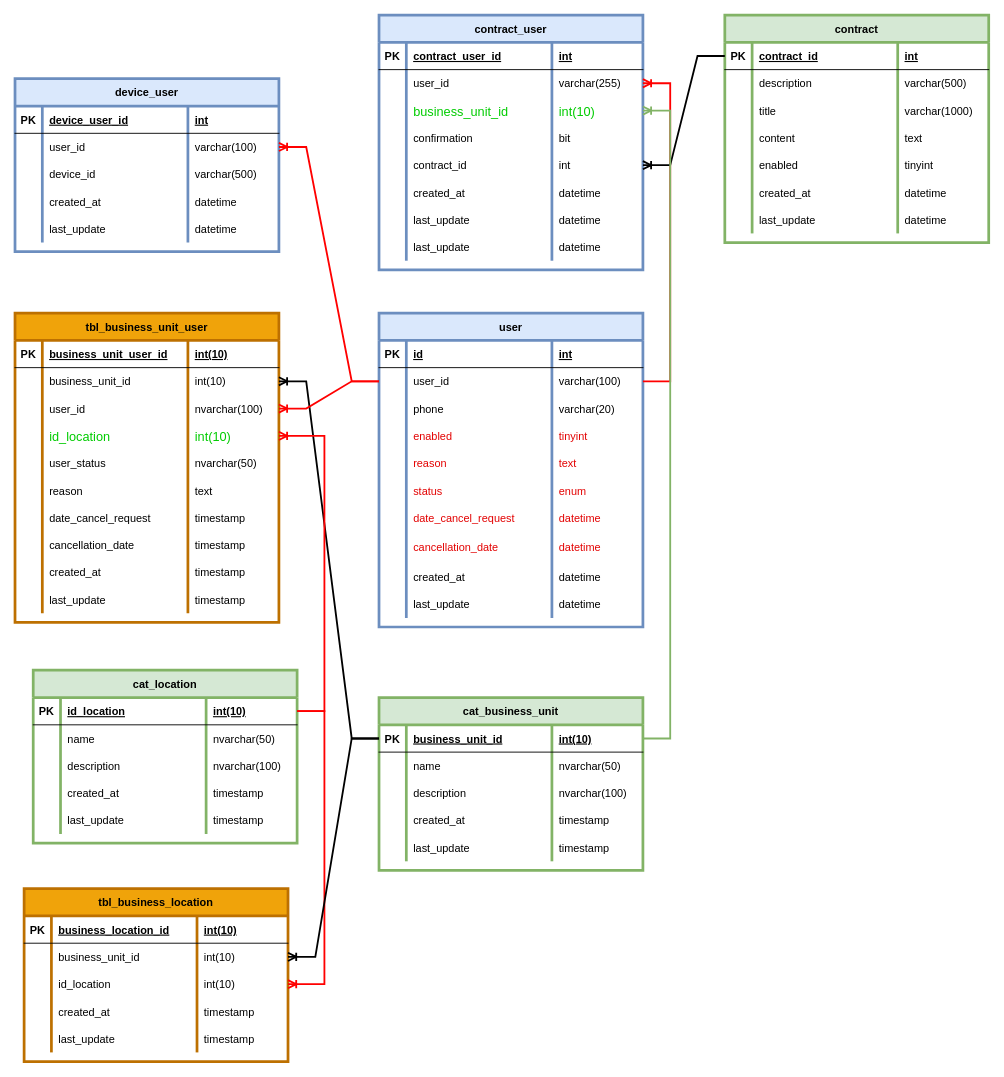
Before: page "Users" (1 of 4) of Data base/E-R Dev.drawio in marcoluisdf/documentacion, a draw.io diagram. Source tidied: cells renumbered, new cells numbered last; positions are measured from the earlier drawing's top-left corner, leaving out a move shared by most shapes. Both pictures are drawn from the tidied source at 91%, with x=0, y=0 at pixel (15, 15).
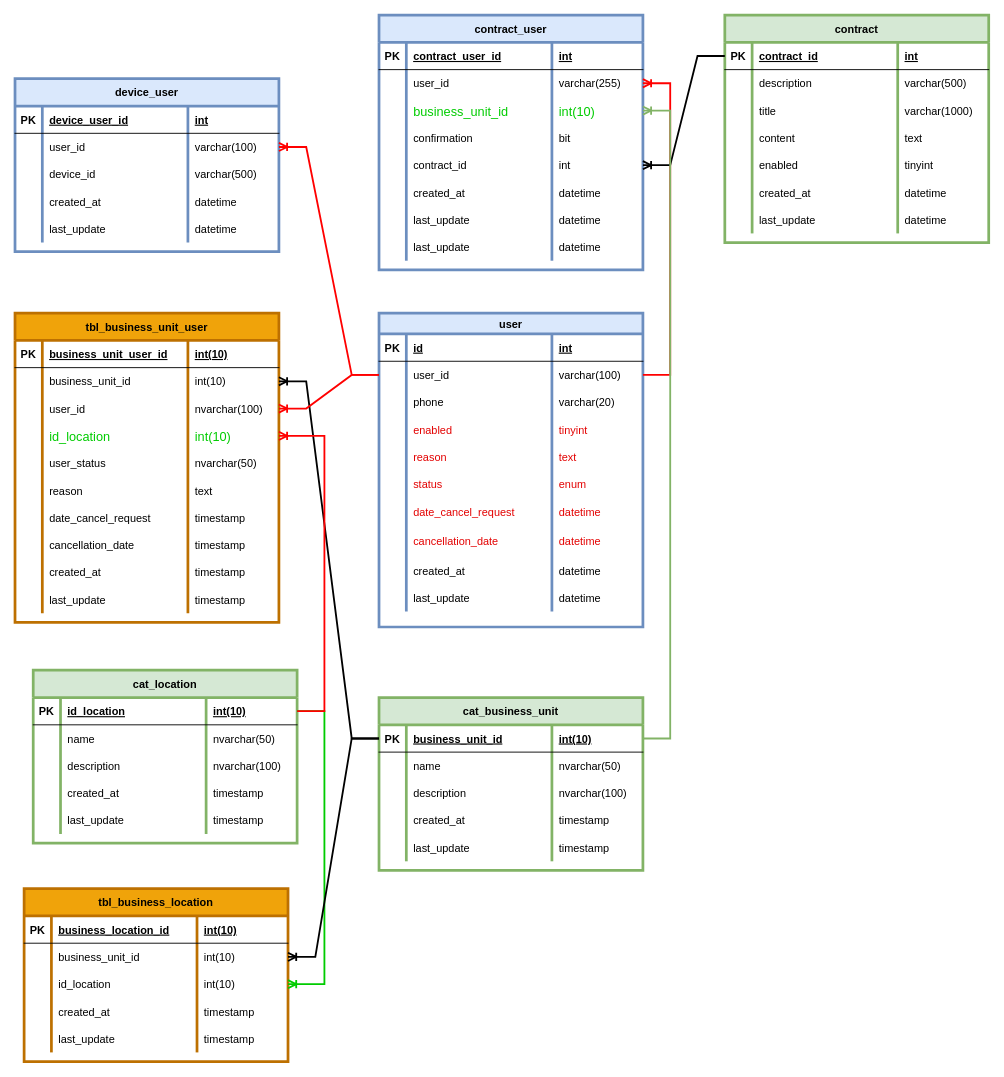
The same diagram, later.

The change refers to these unchanged cells:
```xml
<mxCell id="189" style="shape=partialRectangle;fillColor=none;points=[[0,0.5],[1,0.5]];portConstraint=eastwest;top=0;left=0;right=0;bottom=1;" parent="188" vertex="1">
  <mxGeometry y="30" width="290" height="30" as="geometry" />
</mxCell>
<mxCell id="218" style="shape=partialRectangle;fillColor=none;points=[[0,0.5],[1,0.5]];portConstraint=eastwest;top=0;left=0;right=0;bottom=0;" parent="209" vertex="1">
  <mxGeometry y="90" width="290" height="30" as="geometry" />
</mxCell>
```

Diff of the diagram source:
```diff
@@
-    <mxCell id="2" value="user" style="shape=table;startSize=30;childLayout=tableLayout;rowLines=0;fontStyle=1;align=center;fillColor=#dae8fc;strokeColor=#6c8ebf;strokeWidth=3;" parent="1" vertex="1">
+    <mxCell id="2" value="user" style="shape=table;startSize=23;childLayout=tableLayout;rowLines=0;fontStyle=1;align=center;fillColor=#dae8fc;strokeColor=#6c8ebf;strokeWidth=3;" parent="1" vertex="1">
       <mxGeometry x="400" y="327.5" width="290" height="345" as="geometry" />
     </mxCell>
     <mxCell id="3" style="shape=partialRectangle;fillColor=none;top=0;left=0;right=0;bottom=1;" parent="2" vertex="1">
-      <mxGeometry y="30" width="290" height="30" as="geometry" />
+      <mxGeometry y="23" width="290" height="30" as="geometry" />
     </mxCell>
@@
     <mxCell id="7" style="shape=partialRectangle;fillColor=none;points=[[0,0.5],[1,0.5]];portConstraint=eastwest;top=0;left=0;right=0;bottom=0;" parent="2" vertex="1">
-      <mxGeometry y="60" width="290" height="30" as="geometry" />
+      <mxGeometry y="53" width="290" height="30" as="geometry" />
     </mxCell>
@@
     <mxCell id="11" style="shape=partialRectangle;fillColor=none;top=0;left=0;right=0;bottom=0;" parent="2" vertex="1">
-      <mxGeometry y="90" width="290" height="30" as="geometry" />
+      <mxGeometry y="83" width="290" height="30" as="geometry" />
     </mxCell>
@@
     <mxCell id="15" style="shape=partialRectangle;fillColor=none;top=0;left=0;right=0;bottom=0;" parent="2" vertex="1">
-      <mxGeometry y="120" width="290" height="30" as="geometry" />
+      <mxGeometry y="113" width="290" height="30" as="geometry" />
     </mxCell>
@@
     <mxCell id="19" style="shape=partialRectangle;fillColor=none;top=0;left=0;right=0;bottom=0;" parent="2" vertex="1">
-      <mxGeometry y="150" width="290" height="30" as="geometry" />
+      <mxGeometry y="143" width="290" height="30" as="geometry" />
     </mxCell>
@@
     <mxCell id="23" style="shape=partialRectangle;fillColor=none;top=0;left=0;right=0;bottom=0;" parent="2" vertex="1">
-      <mxGeometry y="180" width="290" height="30" as="geometry" />
+      <mxGeometry y="173" width="290" height="30" as="geometry" />
     </mxCell>
@@
     <mxCell id="27" style="shape=partialRectangle;fillColor=none;top=0;left=0;right=0;bottom=0;" parent="2" vertex="1">
-      <mxGeometry y="210" width="290" height="30" as="geometry" />
+      <mxGeometry y="203" width="290" height="30" as="geometry" />
     </mxCell>
@@
     <mxCell id="31" style="shape=partialRectangle;fillColor=none;top=0;left=0;right=0;bottom=0;" parent="2" vertex="1">
-      <mxGeometry y="240" width="290" height="35" as="geometry" />
+      <mxGeometry y="233" width="290" height="35" as="geometry" />
     </mxCell>
@@
     <mxCell id="35" style="shape=partialRectangle;fillColor=none;top=0;left=0;right=0;bottom=0;" parent="2" vertex="1">
-      <mxGeometry y="275" width="290" height="30" as="geometry" />
+      <mxGeometry y="268" width="290" height="30" as="geometry" />
     </mxCell>
@@
     <mxCell id="39" style="shape=partialRectangle;fillColor=none;top=0;left=0;right=0;bottom=0;" parent="2" vertex="1">
-      <mxGeometry y="305" width="290" height="30" as="geometry" />
+      <mxGeometry y="298" width="290" height="30" as="geometry" />
     </mxCell>
@@
-    <mxCell id="230" style="edgeStyle=entityRelationEdgeStyle;fontSize=12;html=1;endArrow=ERoneToMany;rounded=0;strokeWidth=2;fillColor=#e51400;strokeColor=#FF0000;" parent="1" edge="1" source="189" target="218">
+    <mxCell id="230" style="edgeStyle=entityRelationEdgeStyle;fontSize=12;html=1;endArrow=ERoneToMany;rounded=0;strokeWidth=2;fillColor=#e51400;strokeColor=#00CC00;" parent="1" edge="1" source="189" target="218">
       <mxGeometry relative="1" as="geometry" />
     </mxCell>
```
